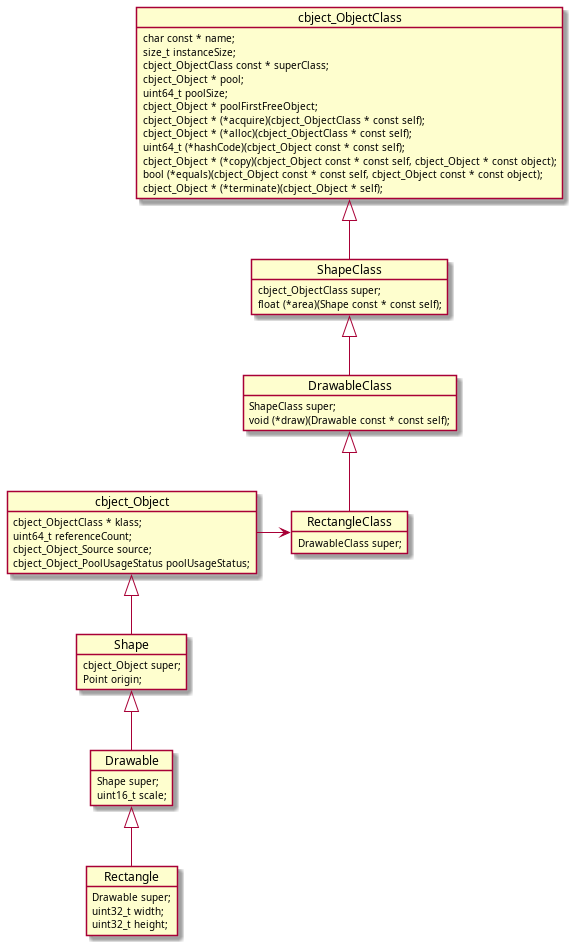
Earlier version of the PlantUML export docs/media/diag-rectangle-class-example.png (alexmarincu/Cbject).
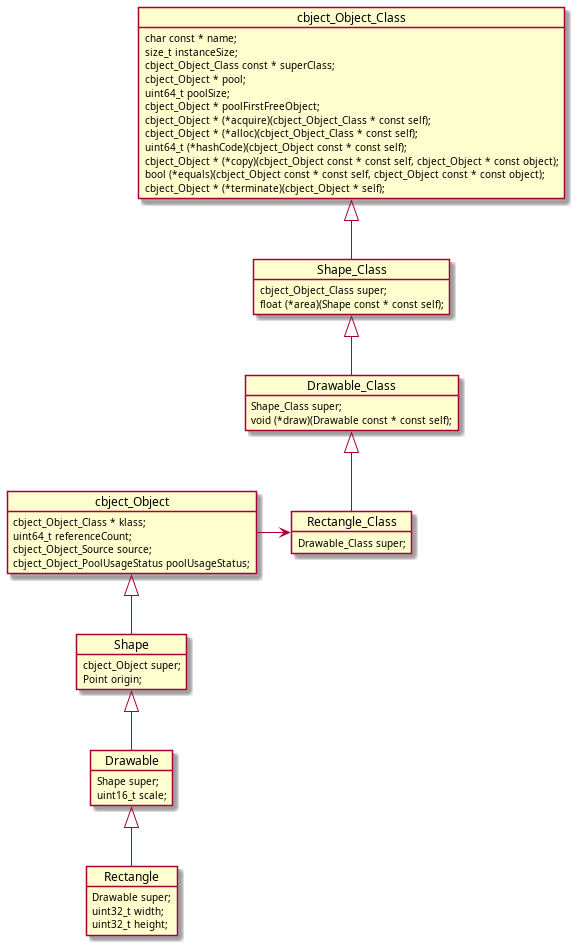
After the commit.

The edit, as a diff of the source:
```diff
@@ -4,50 +4,50 @@
     uint32_t width;
     uint32_t height;
 }
-object RectangleClass {
-    DrawableClass super;
+object Rectangle_Class {
+    Drawable_Class super;
 }
 object Drawable {
     Shape super;
     uint16_t scale;
 }
-object DrawableClass {
-    ShapeClass super;
+object Drawable_Class {
+    Shape_Class super;
     void (*draw)(Drawable const * const self);
 }
 object Shape {
     cbject_Object super;
     Point origin;
 }
-object ShapeClass {
-    cbject_ObjectClass super;
+object Shape_Class {
+    cbject_Object_Class super;
     float (*area)(Shape const * const self);
 }
 object cbject_Object {
-    cbject_ObjectClass * klass;
+    cbject_Object_Class * klass;
     uint64_t referenceCount;
     cbject_Object_Source source;
     cbject_Object_PoolUsageStatus poolUsageStatus;
 }
-object cbject_ObjectClass {
+object cbject_Object_Class {
     char const * name;
     size_t instanceSize;
-    cbject_ObjectClass const * superClass;
+    cbject_Object_Class const * superClass;
     cbject_Object * pool;
     uint64_t poolSize;
     cbject_Object * poolFirstFreeObject;
-    cbject_Object * (*acquire)(cbject_ObjectClass * const self);
-    cbject_Object * (*alloc)(cbject_ObjectClass * const self);
+    cbject_Object * (*acquire)(cbject_Object_Class * const self);
+    cbject_Object * (*alloc)(cbject_Object_Class * const self);
     uint64_t (*hashCode)(cbject_Object const * const self);
     cbject_Object * (*copy)(cbject_Object const * const self, cbject_Object * const object);
     bool (*equals)(cbject_Object const * const self, cbject_Object const * const object);
     cbject_Object * (*terminate)(cbject_Object * self);
 }
 Rectangle -u-|> Drawable
-RectangleClass -u-|> DrawableClass
+Rectangle_Class -u-|> Drawable_Class
 Drawable -u-|> Shape
-DrawableClass -u-|> ShapeClass
+Drawable_Class -u-|> Shape_Class
 Shape -u-|> cbject_Object
-ShapeClass -u-|> cbject_ObjectClass
-cbject_Object -r-> RectangleClass
+Shape_Class -u-|> cbject_Object_Class
+cbject_Object -r-> Rectangle_Class
 @enduml
```
